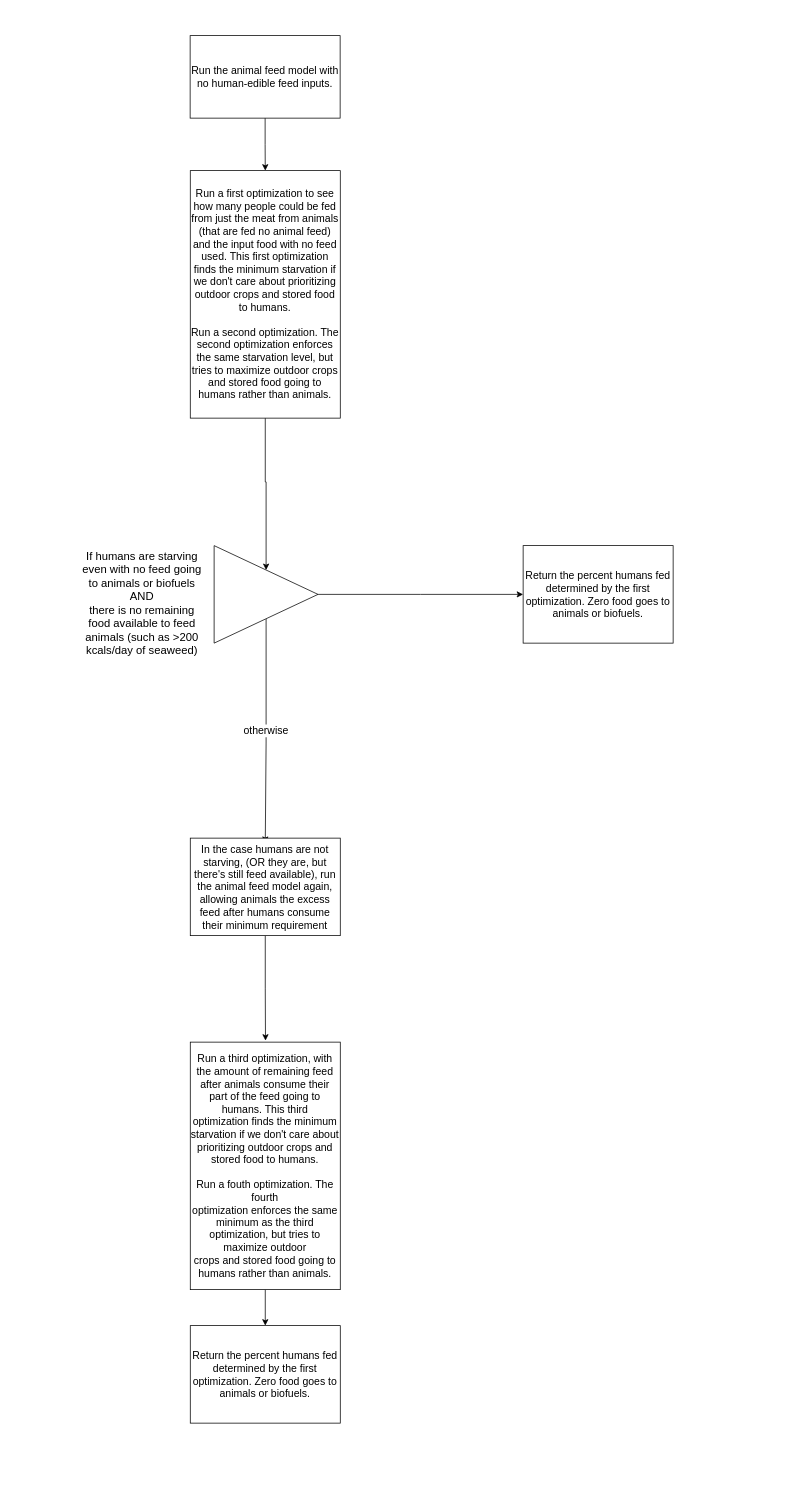
This is docs/repository_flowchart/FeedOptimizerFlow.drawio from allfed/allfed-integrated-model, a draw.io file, before an edit. Source tidied: cells renumbered, new cells numbered last; positions are measured from the earlier drawing's top-left corner, leaving out a move shared by most shapes. Both pictures are drawn from the tidied source at 75%, with x=0, y=0 at pixel (79, 35).
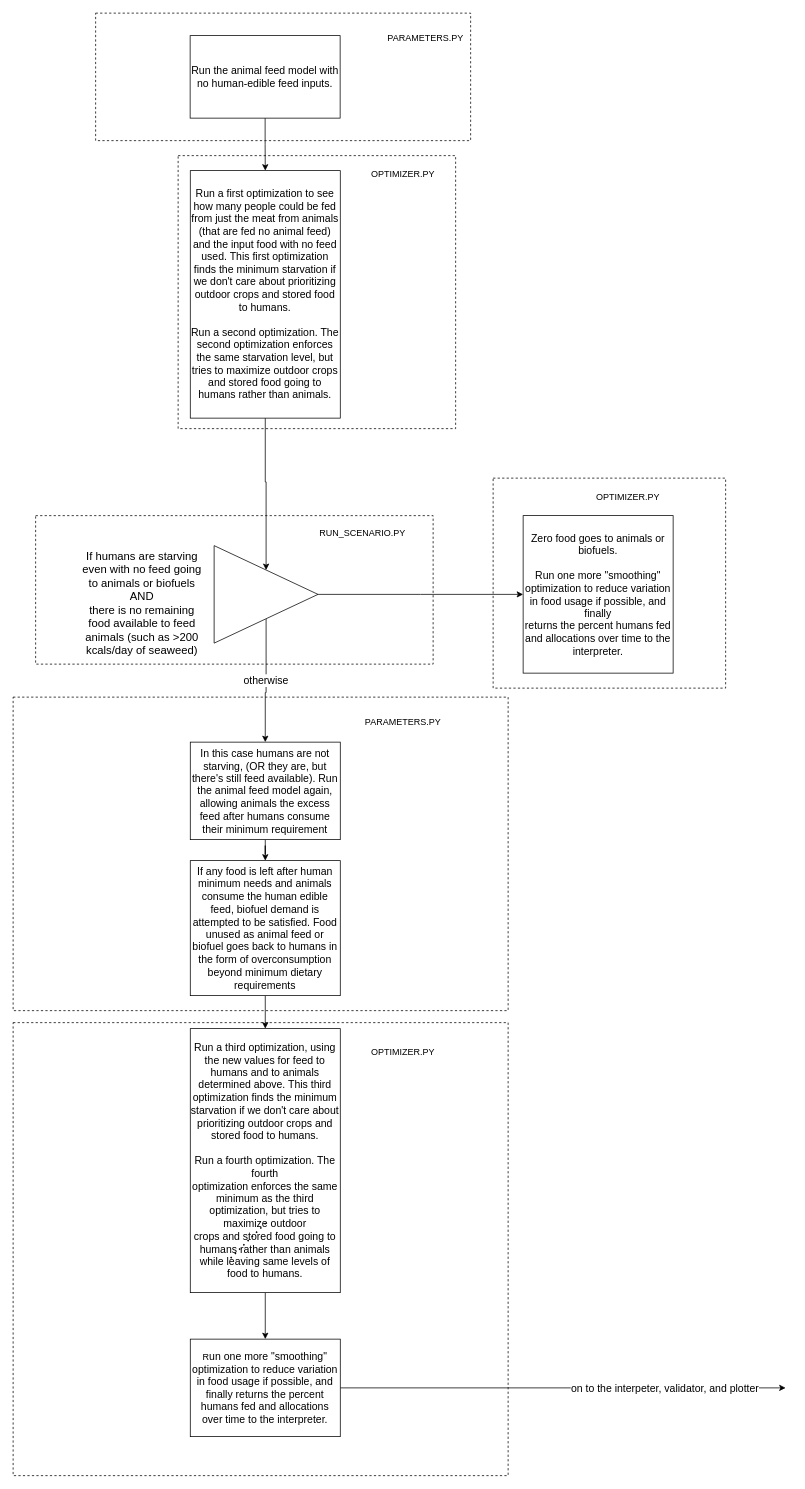
After the change.

The change refers to these unchanged cells:
```xml
<mxCell id="4" style="triangle;whiteSpace=wrap;html=1;" parent="1" vertex="1">
  <mxGeometry x="180" y="680" width="138.5" height="130" as="geometry" />
</mxCell>
```

What changed in the source:
```diff
@@
+    <mxCell id="16" style="rounded=0;whiteSpace=wrap;html=1;labelBackgroundColor=none;fillColor=none;dashed=1;" parent="1" vertex="1">
+      <mxGeometry x="-88" y="882" width="660" height="418" as="geometry" />
+    </mxCell>
+    <mxCell id="17" style="rounded=0;whiteSpace=wrap;html=1;labelBackgroundColor=none;fillColor=none;dashed=1;" parent="1" vertex="1">
+      <mxGeometry x="-58" y="640" width="530" height="198" as="geometry" />
+    </mxCell>
+    <mxCell id="18" style="rounded=0;whiteSpace=wrap;html=1;labelBackgroundColor=none;fillColor=none;dashed=1;" parent="1" vertex="1">
+      <mxGeometry x="-88" y="1316" width="660" height="604" as="geometry" />
+    </mxCell>
+    <mxCell id="19" style="rounded=0;whiteSpace=wrap;html=1;labelBackgroundColor=none;fillColor=none;dashed=1;" parent="1" vertex="1">
+      <mxGeometry x="552" y="590" width="310" height="280" as="geometry" />
+    </mxCell>
+    <mxCell id="20" style="rounded=0;whiteSpace=wrap;html=1;labelBackgroundColor=none;fillColor=none;dashed=1;" parent="1" vertex="1">
+      <mxGeometry x="132" y="160" width="370" height="364" as="geometry" />
+    </mxCell>
@@
-    <mxCell id="3" value="&lt;font style=&quot;font-size: 14px;&quot;&gt;otherwise&lt;/font&gt;" style="edgeStyle=orthogonalEdgeStyle;rounded=0;jettySize=auto;html=1;" parent="1" edge="1" source="4">
-      <mxGeometry relative="1" as="geometry">
-        <mxPoint x="248.2" y="1076.4" as="targetPoint" />
-      </mxGeometry>
+    <mxCell id="3" value="&lt;font style=&quot;font-size: 14px;&quot;&gt;otherwise&lt;/font&gt;" style="edgeStyle=orthogonalEdgeStyle;rounded=0;jettySize=auto;html=1;entryX=0.5;entryY=0;entryDx=0;entryDy=0;" parent="1" edge="1" source="4" target="7">
+      <mxGeometry relative="1" as="geometry" />
     </mxCell>
@@
-    <mxCell id="5" value="&lt;font style=&quot;font-size: 14px;&quot;&gt;Return the percent humans fed determined by the first optimization. Zero food goes to animals or biofuels.&lt;/font&gt;" style="rounded=0;whiteSpace=wrap;html=1;" parent="1" vertex="1">
-      <mxGeometry x="592" y="680" width="200" height="130" as="geometry" />
+    <mxCell id="5" value="&lt;font style=&quot;font-size: 14px;&quot;&gt;Zero food goes to animals or biofuels.&lt;br&gt;&lt;br&gt;&lt;/font&gt;&lt;font style=&quot;font-size: 14px;&quot;&gt;Run one more &quot;smoothing&quot; &lt;br&gt;optimization to reduce variation in food usage if possible, and finally &lt;br&gt;returns the percent humans fed and allocations over time to the &lt;br&gt;interpreter.&lt;/font&gt;" style="rounded=0;whiteSpace=wrap;html=1;" parent="1" vertex="1">
+      <mxGeometry x="592" y="640" width="200" height="210" as="geometry" />
     </mxCell>
-    <mxCell id="6" style="edgeStyle=orthogonalEdgeStyle;rounded=0;jettySize=auto;html=1;" parent="1" edge="1" source="7">
-      <mxGeometry relative="1" as="geometry">
-        <mxPoint x="248.5" y="1340" as="targetPoint" />
-      </mxGeometry>
+    <mxCell id="6" style="edgeStyle=orthogonalEdgeStyle;rounded=0;jettySize=auto;html=1;entryX=0.5;entryY=0;entryDx=0;entryDy=0;exitX=0.5;exitY=1;exitDx=0;exitDy=0;" parent="1" edge="1" source="24" target="11">
+      <mxGeometry x="0.07" y="254" relative="1" as="geometry" />
     </mxCell>
+    <mxCell id="21" style="edgeStyle=orthogonalEdgeStyle;rounded=0;jettySize=auto;html=1;entryX=0.5;entryY=0;entryDx=0;entryDy=0;" parent="1" edge="1" source="7" target="24">
+      <mxGeometry relative="1" as="geometry" />
+    </mxCell>
-    <mxCell id="7" value="&lt;font style=&quot;font-size: 14px;&quot;&gt;In the case humans are not starving, (OR they are, but there's still feed available), run the animal feed model again, allowing animals the excess feed after humans consume their minimum requirement&lt;/font&gt;" style="rounded=0;whiteSpace=wrap;html=1;" parent="1" vertex="1">
-      <mxGeometry x="148.2" y="1070" width="200" height="130" as="geometry" />
+    <mxCell id="7" value="&lt;font style=&quot;font-size: 14px;&quot;&gt;In this case humans are not starving, (OR they are, but there's still feed available). Run the animal feed model again, allowing animals the excess feed after humans consume their minimum requirement&lt;/font&gt;" style="rounded=0;whiteSpace=wrap;html=1;" parent="1" vertex="1">
+      <mxGeometry x="148.2" y="942" width="200" height="130" as="geometry" />
     </mxCell>
@@
-    <mxCell id="11" value="&lt;font style=&quot;font-size: 14px;&quot;&gt;Run a third optimization, with the amount of remaining feed &lt;br&gt;after animals consume their part of the feed going to humans. This third&lt;br&gt; optimization finds the minimum starvation if we don't care about &lt;br&gt;prioritizing outdoor crops and stored food to humans. &lt;br&gt;&lt;br&gt;Run a fouth optimization. The fourth &lt;br&gt;optimization enforces the same minimum as the third optimization, but tries to maximize outdoor &lt;br&gt;crops and stored food going to humans rather than animals.&lt;/font&gt;" style="rounded=0;whiteSpace=wrap;html=1;" parent="1" vertex="1">
-      <mxGeometry x="148.2" y="1342" width="200" height="330" as="geometry" />
+    <mxCell id="11" value="&lt;font style=&quot;font-size: 14px;&quot;&gt;Run a third optimization, using the new values for feed to humans and to animals determined above&lt;/font&gt;&lt;font style=&quot;font-size: 14px;&quot;&gt;. This third&lt;br&gt; optimization finds the minimum starvation if we don't care about &lt;br&gt;prioritizing outdoor crops and stored food to humans. &lt;br&gt;&lt;br&gt;Run a fourth optimization. The fourth &lt;br&gt;optimization enforces the same minimum as the third optimization, but tries to maximize outdoor &lt;br&gt;crops and stored food going to humans rather than animals while leaving same levels of food to humans.&lt;br&gt;&lt;/font&gt;" style="rounded=0;whiteSpace=wrap;html=1;" parent="1" vertex="1">
+      <mxGeometry x="148.2" y="1324" width="200" height="352" as="geometry" />
     </mxCell>
@@
+    <mxCell id="22" style="edgeStyle=orthogonalEdgeStyle;rounded=0;jettySize=auto;html=1;" parent="1" edge="1" source="14">
+      <mxGeometry x="1" y="-12" relative="1" as="geometry">
+        <mxPoint x="942" y="1803" as="targetPoint" />
+        <mxPoint x="10" y="-5" as="offset" />
+      </mxGeometry>
+    </mxCell>
+    <mxCell id="23" value="&lt;font style=&quot;font-size: 14px;&quot;&gt;on to the interpeter, validator, and plotter&lt;/font&gt;" style="edgeLabel;html=1;align=center;verticalAlign=middle;" parent="22" vertex="1">
+      <mxGeometry x="-0.03" y="-1" relative="1" as="geometry">
+        <mxPoint x="144" y="-1" as="offset" />
+      </mxGeometry>
+    </mxCell>
-    <mxCell id="14" value="&lt;font style=&quot;font-size: 14px;&quot;&gt;Return the percent humans fed determined by the first optimization. Zero food goes to animals or biofuels.&lt;/font&gt;" style="rounded=0;whiteSpace=wrap;html=1;" parent="1" vertex="1">
-      <mxGeometry x="148.2" y="1720" width="200" height="130" as="geometry" />
+    <mxCell id="14" value="R&lt;font style=&quot;font-size: 14px;&quot;&gt;un one more &quot;smoothing&quot; optimization to reduce variation in food usage if possible, and finally returns the percent humans fed and allocations over time to the interpreter.&lt;br&gt;&lt;/font&gt;" style="rounded=0;whiteSpace=wrap;html=1;" parent="1" vertex="1">
+      <mxGeometry x="148.2" y="1738" width="200" height="130" as="geometry" />
     </mxCell>
@@
+    <mxCell id="24" value="&lt;font style=&quot;font-size: 14px;&quot;&gt;If any food is left after human minimum needs and animals consume the human edible feed, biofuel demand is attempted to be satisfied.&lt;/font&gt;&lt;font style=&quot;font-size: 14px;&quot;&gt; Food unused as animal feed or biofuel goes back to humans in the form of overconsumption beyond minimum dietary requirements&lt;/font&gt;" style="rounded=0;whiteSpace=wrap;html=1;" parent="1" vertex="1">
+      <mxGeometry x="148.2" y="1100" width="200" height="180" as="geometry" />
+    </mxCell>
+    <mxCell id="25" style="endArrow=none;dashed=1;html=1;dashPattern=1 3;strokeWidth=2;rounded=0;" parent="1" edge="1">
+      <mxGeometry relative="1" as="geometry">
+        <mxPoint x="202" y="1630" as="sourcePoint" />
+        <mxPoint x="252" y="1580" as="targetPoint" />
+      </mxGeometry>
+    </mxCell>
+    <mxCell id="26" value="OPTIMIZER.PY" style="text;html=1;strokeColor=none;fillColor=none;align=center;verticalAlign=middle;whiteSpace=wrap;rounded=0;" parent="1" vertex="1">
+      <mxGeometry x="402" y="1340" width="60" height="30" as="geometry" />
+    </mxCell>
+    <mxCell id="27" value="PARAMETERS.PY" style="text;html=1;strokeColor=none;fillColor=none;align=center;verticalAlign=middle;whiteSpace=wrap;rounded=0;" parent="1" vertex="1">
+      <mxGeometry x="402" y="900" width="60" height="30" as="geometry" />
+    </mxCell>
+    <mxCell id="28" value="RUN_SCENARIO.PY" style="text;html=1;strokeColor=none;fillColor=none;align=center;verticalAlign=middle;whiteSpace=wrap;rounded=0;" parent="1" vertex="1">
+      <mxGeometry x="348" y="648" width="60" height="30" as="geometry" />
+    </mxCell>
+    <mxCell id="29" value="OPTIMIZER.PY" style="text;html=1;strokeColor=none;fillColor=none;align=center;verticalAlign=middle;whiteSpace=wrap;rounded=0;" parent="1" vertex="1">
+      <mxGeometry x="702" y="600" width="60" height="30" as="geometry" />
+    </mxCell>
+    <mxCell id="30" style="rounded=0;whiteSpace=wrap;html=1;labelBackgroundColor=none;fillColor=none;dashed=1;" parent="1" vertex="1">
+      <mxGeometry x="22" y="-30" width="500" height="170" as="geometry" />
+    </mxCell>
+    <mxCell id="31" value="PARAMETERS.PY" style="text;html=1;strokeColor=none;fillColor=none;align=center;verticalAlign=middle;whiteSpace=wrap;rounded=0;" parent="1" vertex="1">
+      <mxGeometry x="432" y="-12" width="60" height="30" as="geometry" />
+    </mxCell>
+    <mxCell id="32" value="OPTIMIZER.PY" style="text;html=1;strokeColor=none;fillColor=none;align=center;verticalAlign=middle;whiteSpace=wrap;rounded=0;" parent="1" vertex="1">
+      <mxGeometry x="402" y="170" width="60" height="30" as="geometry" />
+    </mxCell>
```
